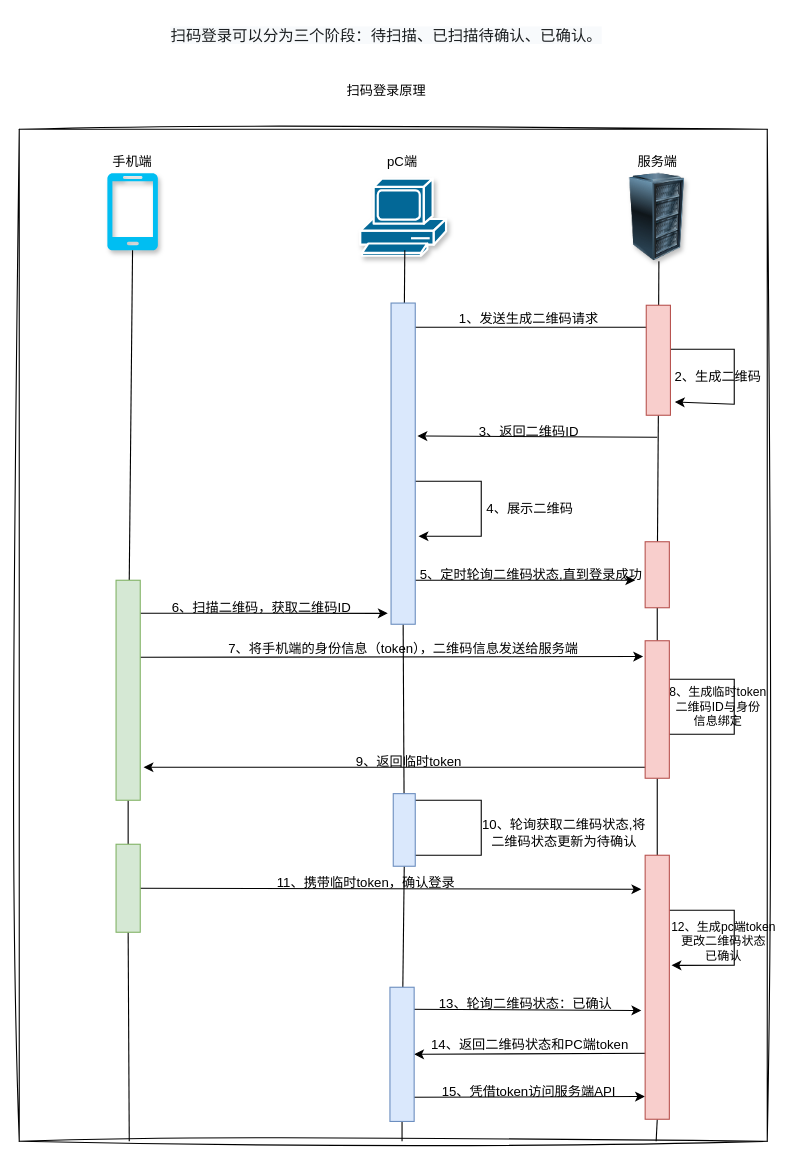
This is image-text/扫码登录原理.drawio from Rodert/javapub_oss, a draw.io file, before an edit. Source tidied: cells renumbered, new cells numbered last; positions are measured from the earlier drawing's top-left corner, leaving out a move shared by most shapes. Both pictures are drawn from the tidied source at 110%, with x=0, y=0 at pixel (19, 19).
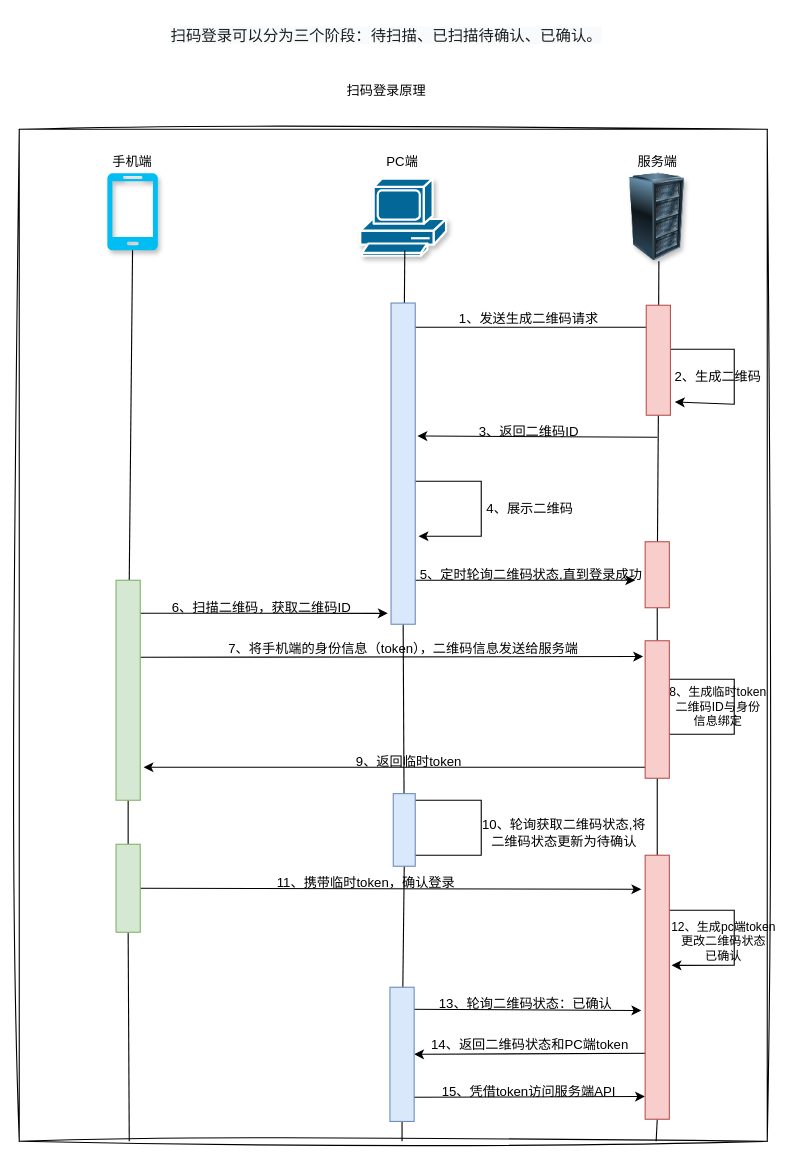
The same diagram, later.

Commit message (it also covers changes not shown here):
更新扫码登录原理.drawio

Diff of the diagram source:
```diff
@@
-    <mxCell id="45" value="pC端" style="text;html=1;align=center;verticalAlign=middle;strokeColor=none;fillColor=none;fontFamily=Helvetica;" parent="1" vertex="1">
+    <mxCell id="45" value="PC端" style="text;html=1;align=center;verticalAlign=middle;strokeColor=none;fillColor=none;fontFamily=Helvetica;" parent="1" vertex="1">
       <mxGeometry x="323" y="115" width="50" height="30" as="geometry" />
     </mxCell>
```
